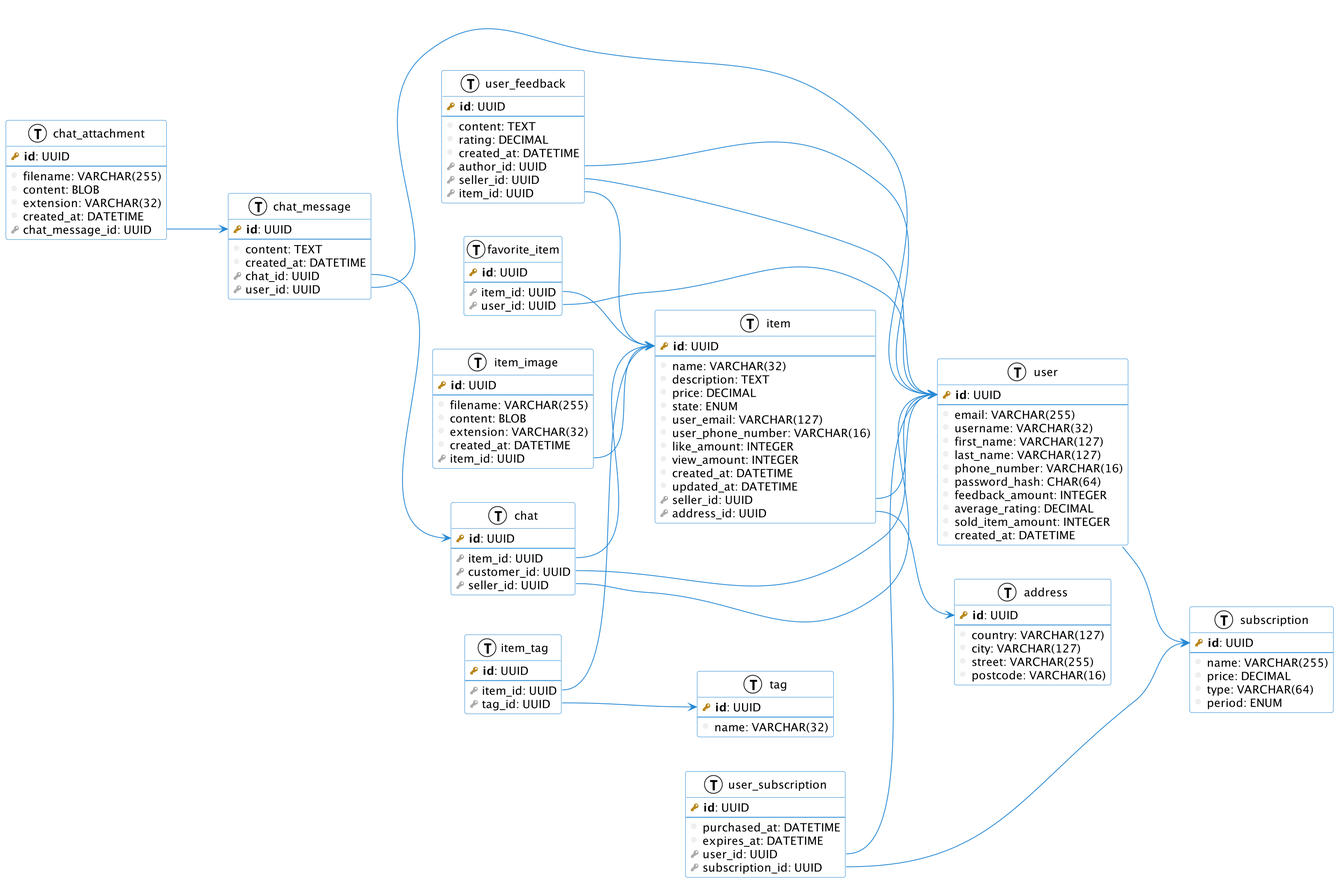
The PlantUML diagram images/db.png in danilshvalov/databases-lab, before a commit.
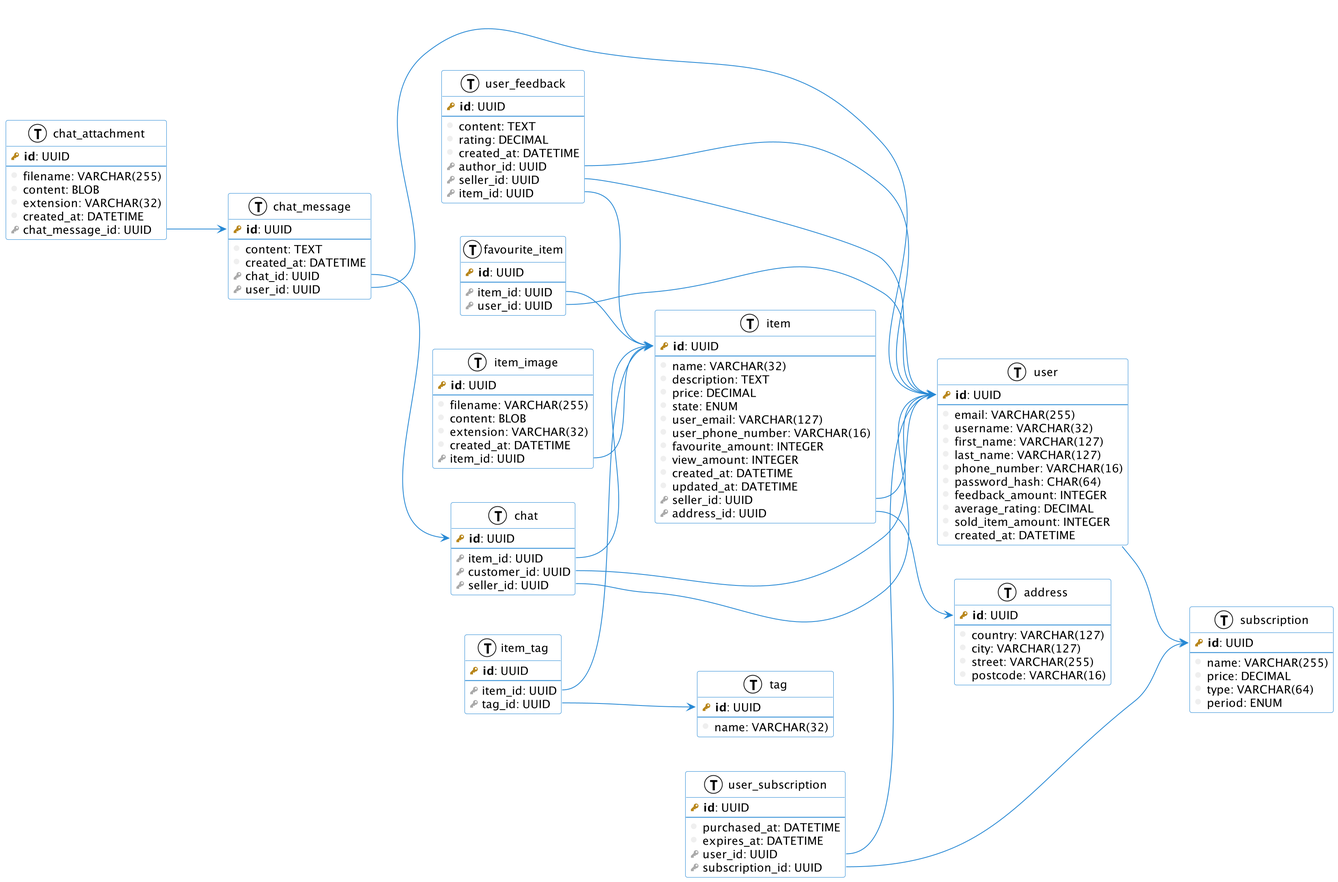
Above is the later version.

Change to the diagram source:
```diff
@@ -71,7 +71,7 @@
     column(state): ENUM
     column(user_email): VARCHAR(127)
     column(user_phone_number): VARCHAR(16)
-    column(like_amount): INTEGER
+    column(favourite_amount): INTEGER
     column(view_amount): INTEGER
     column(created_at): DATETIME
     column(updated_at): DATETIME
@@ -126,15 +126,15 @@
 
 item_image::item_id --> item::id
 
-table(favorite_item) {
+table(favourite_item) {
     primary_key(id): UUID
     --
     foreign_key(item_id): UUID
     foreign_key(user_id): UUID
 }
 
-favorite_item::item_id --> item::id
-favorite_item::user_id --> user::id
+favourite_item::item_id --> item::id
+favourite_item::user_id --> user::id
 
 table(chat) {
     primary_key(id): UUID
```
